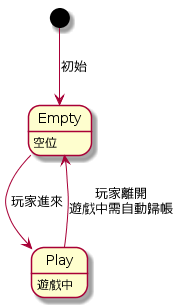
Before: slot/SeatState.png, a diagram exported from PlantUML (s9256001/digame).
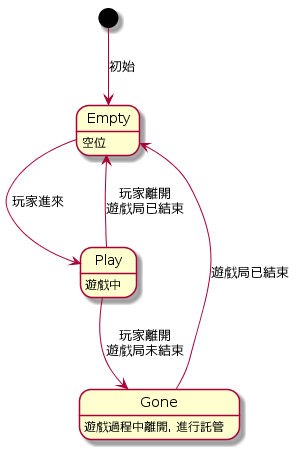
After the commit.

What changed in the source:
```diff
@@ -1,8 +1,11 @@
 @startuml
 Empty : 空位
 Play : 遊戲中
+Gone : 遊戲過程中離開, 進行託管
 
 [*] --> Empty : 初始
 Empty --> Play : 玩家進來
-Play --> Empty : 玩家離開\n遊戲中需自動歸帳
+Play --> Empty : 玩家離開\n遊戲局已結束
+Play --> Gone : 玩家離開\n遊戲局未結束
+Gone --> Empty : 遊戲局已結束
 @enduml
```
